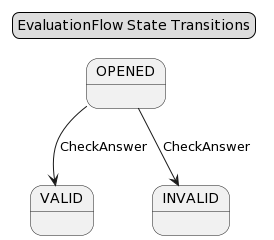
Earlier version of the PlantUML export doc/dist/src-gen/gamedev_BC_EvaluationContext_EvaluationFlow_StateDiagram.png (esgi-lyon/question-ddd). Its diagram source:
```plantuml
@startuml
skinparam componentStyle uml2

VALID :
INVALID :
OPENED :
OPENED --> VALID : CheckAnswer
OPENED --> INVALID : CheckAnswer


legend top center
  EvaluationFlow State Transitions
endlegend
@enduml
```
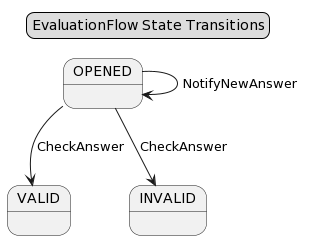
After the change.

Diff of the diagram source:
```diff
@@ -4,6 +4,7 @@
 VALID :
 INVALID :
 OPENED :
+OPENED --> OPENED : NotifyNewAnswer
 OPENED --> VALID : CheckAnswer
 OPENED --> INVALID : CheckAnswer
 
```
